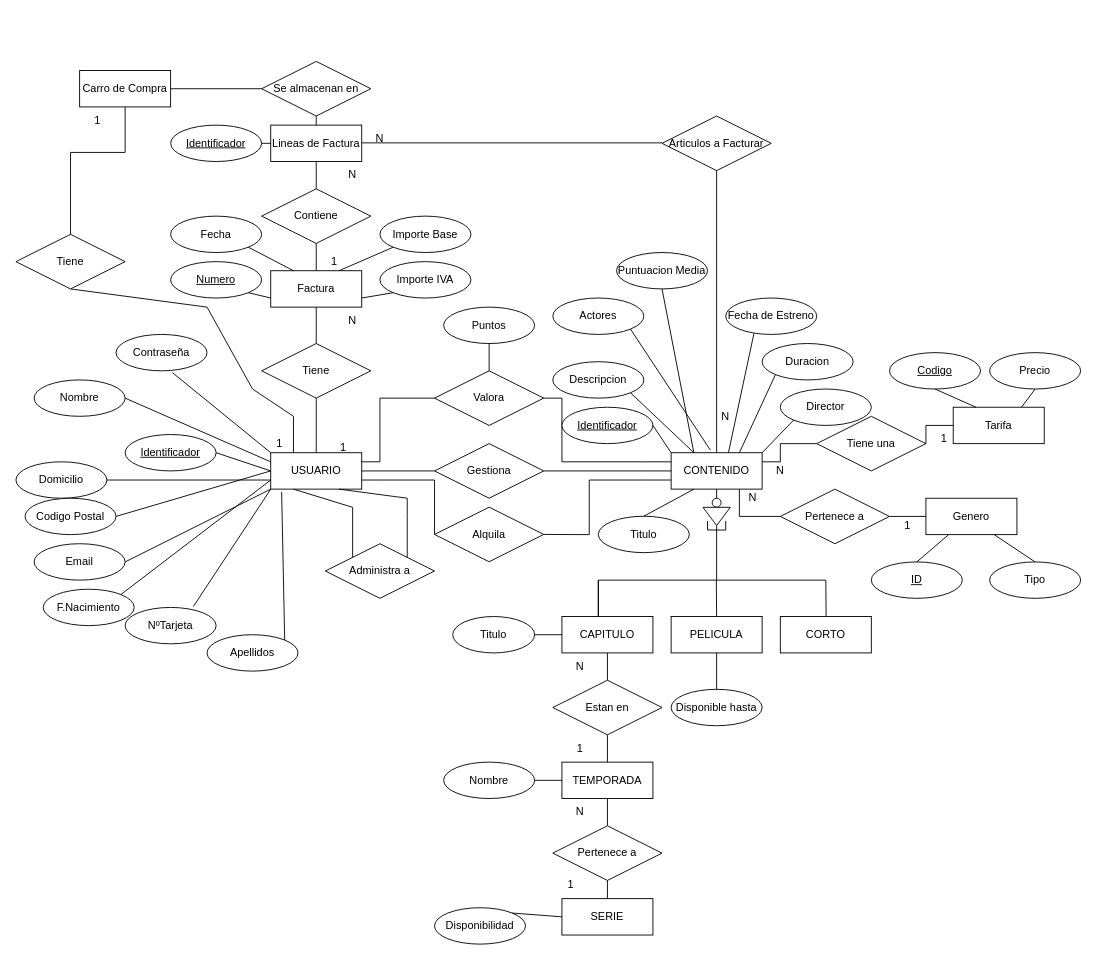
This is DiagramaER_BBDD.drawio from Sciverag/PI1-DAW-DAM-Documentacion, a draw.io file, before an edit. Source tidied: cells renumbered, new cells numbered last; positions are measured from the earlier drawing's top-left corner, leaving out a move shared by most shapes. Both pictures are drawn from the tidied source at 91%, with x=0, y=0 at pixel (15, 61).
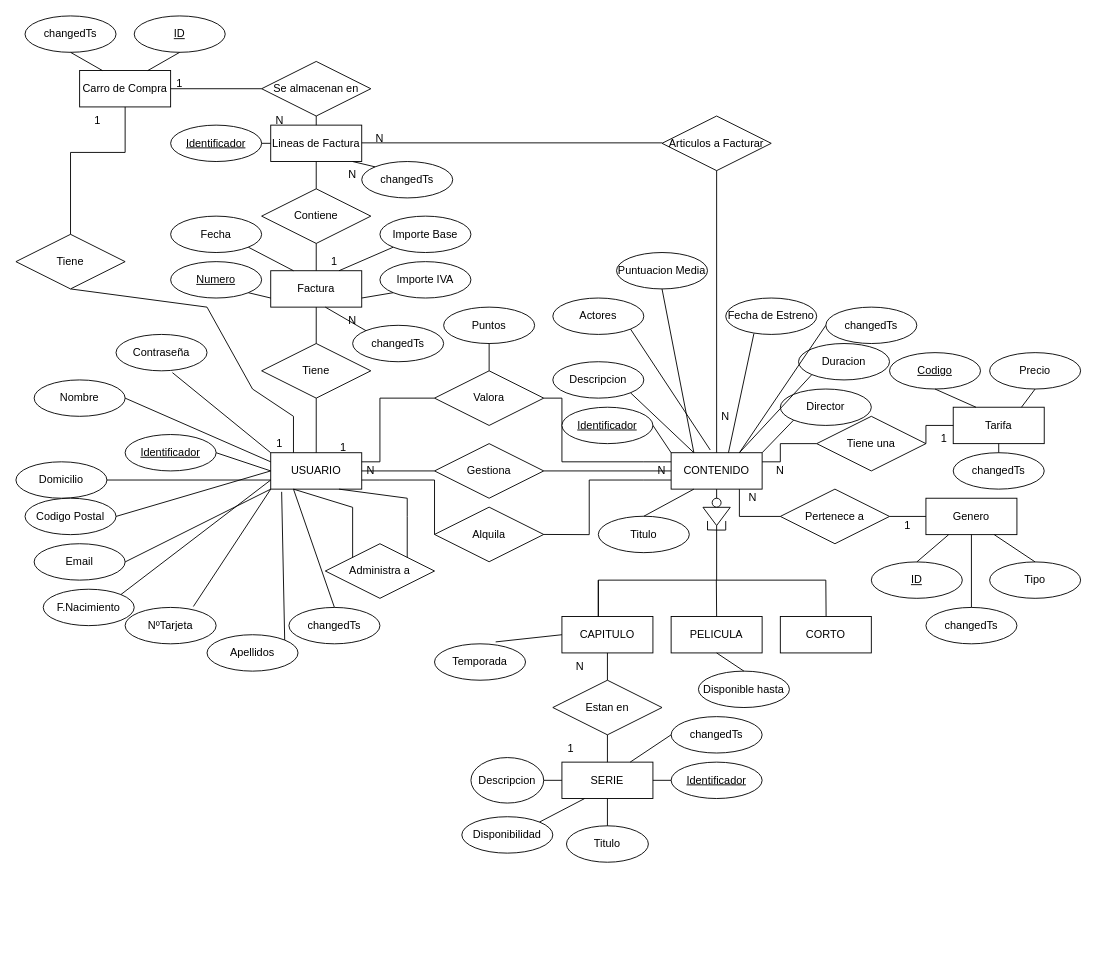
Above is the later version.

The change refers to these unchanged cells:
```xml
<mxCell id="2" value="USUARIO" style="whiteSpace=wrap;html=1;align=center;" parent="1" vertex="1">
  <mxGeometry x="280" y="430" width="100" height="40" as="geometry" />
</mxCell>
<mxCell id="6" value="CONTENIDO" style="whiteSpace=wrap;html=1;align=center;" parent="1" vertex="1">
  <mxGeometry x="720" y="430" width="100" height="40" as="geometry" />
</mxCell>
<mxCell id="19" value="Estan en" style="shape=rhombus;perimeter=rhombusPerimeter;whiteSpace=wrap;html=1;align=center;" parent="1" vertex="1">
  <mxGeometry x="590" y="680" width="120" height="60" as="geometry" />
</mxCell>
<mxCell id="22" value="CAPITULO" style="whiteSpace=wrap;html=1;align=center;" parent="1" vertex="1">
  <mxGeometry x="600" y="610" width="100" height="40" as="geometry" />
</mxCell>
<mxCell id="28" value="Tarifa" style="whiteSpace=wrap;html=1;align=center;" parent="1" vertex="1">
  <mxGeometry x="1030" y="380" width="100" height="40" as="geometry" />
</mxCell>
<mxCell id="29" value="Genero" style="whiteSpace=wrap;html=1;align=center;" parent="1" vertex="1">
  <mxGeometry x="1000" y="480" width="100" height="40" as="geometry" />
</mxCell>
<mxCell id="35" value="Carro de Compra" style="whiteSpace=wrap;html=1;align=center;" parent="1" vertex="1">
  <mxGeometry x="70" y="10" width="100" height="40" as="geometry" />
</mxCell>
<mxCell id="126" value="N" style="text;html=1;align=center;verticalAlign=middle;whiteSpace=wrap;rounded=0;" parent="1" vertex="1">
  <mxGeometry x="340" y="270" width="60" height="30" as="geometry" />
</mxCell>
<mxCell id="127" value="N" style="text;html=1;align=center;verticalAlign=middle;whiteSpace=wrap;rounded=0;" parent="1" vertex="1">
  <mxGeometry x="340" y="110" width="60" height="30" as="geometry" />
</mxCell>
```

Change to the diagram source:
```diff
@@
     <mxCell id="16" value="SERIE" style="whiteSpace=wrap;html=1;align=center;" parent="1" vertex="1">
-      <mxGeometry x="600" y="920" width="100" height="40" as="geometry" />
+      <mxGeometry x="600" y="770" width="100" height="40" as="geometry" />
     </mxCell>
@@
-    <mxCell id="20" value="TEMPORADA" style="whiteSpace=wrap;html=1;align=center;" parent="1" vertex="1">
-      <mxGeometry x="600" y="770" width="100" height="40" as="geometry" />
-    </mxCell>
-    <mxCell id="21" value="Pertenece a" style="shape=rhombus;perimeter=rhombusPerimeter;whiteSpace=wrap;html=1;align=center;" parent="1" vertex="1">
-      <mxGeometry x="590" y="840" width="120" height="60" as="geometry" />
-    </mxCell>
@@
     <mxCell id="89" value="Duracion" style="ellipse;whiteSpace=wrap;html=1;align=center;" parent="1" vertex="1">
-      <mxGeometry x="820" y="310" width="100" height="40" as="geometry" />
+      <mxGeometry x="860" y="310" width="100" height="40" as="geometry" />
     </mxCell>
@@
     <mxCell id="98" value="Disponible hasta" style="ellipse;whiteSpace=wrap;html=1;align=center;" parent="1" vertex="1">
-      <mxGeometry x="720" y="690" width="100" height="40" as="geometry" />
+      <mxGeometry x="750" y="670" width="100" height="40" as="geometry" />
     </mxCell>
@@
     <mxCell id="102" value="Titulo" style="ellipse;whiteSpace=wrap;html=1;align=center;" parent="1" vertex="1">
-      <mxGeometry x="480" y="610" width="90" height="40" as="geometry" />
+      <mxGeometry x="605" y="840" width="90" height="40" as="geometry" />
     </mxCell>
-    <mxCell id="103" value="Nombre" style="ellipse;whiteSpace=wrap;html=1;align=center;" parent="1" vertex="1">
-      <mxGeometry x="470" y="770" width="100" height="40" as="geometry" />
-    </mxCell>
-    <mxCell id="104" style="endArrow=none;html=1;rounded=0;entryX=0;entryY=0.5;entryDx=0;entryDy=0;exitX=1;exitY=0.5;exitDx=0;exitDy=0;" parent="1" edge="1" source="103" target="20">
-      <mxGeometry relative="1" as="geometry" />
-    </mxCell>
-    <mxCell id="105" style="endArrow=none;html=1;rounded=0;entryX=0;entryY=0.5;entryDx=0;entryDy=0;exitX=1;exitY=0.5;exitDx=0;exitDy=0;" parent="1" edge="1" source="102" target="22">
-      <mxGeometry relative="1" as="geometry" />
-    </mxCell>
     <mxCell id="106" value="Disponibilidad" style="ellipse;whiteSpace=wrap;html=1;align=center;" parent="1" vertex="1">
-      <mxGeometry x="460" y="930" width="100" height="40" as="geometry" />
+      <mxGeometry x="490" y="830" width="100" height="40" as="geometry" />
     </mxCell>
-    <mxCell id="107" style="endArrow=none;html=1;rounded=0;exitX=1;exitY=0;exitDx=0;exitDy=0;entryX=0;entryY=0.5;entryDx=0;entryDy=0;" parent="1" edge="1" source="106" target="16">
-      <mxGeometry relative="1" as="geometry" />
-    </mxCell>
@@
-    <mxCell id="110" style="endArrow=none;html=1;rounded=0;exitX=0.5;exitY=0;exitDx=0;exitDy=0;entryX=0.5;entryY=1;entryDx=0;entryDy=0;" parent="1" edge="1" source="20" target="19">
-      <mxGeometry relative="1" as="geometry" />
+    <mxCell id="110" style="endArrow=none;html=1;rounded=0;exitX=0.5;exitY=0;exitDx=0;exitDy=0;entryX=0.5;entryY=1;entryDx=0;entryDy=0;" parent="1" edge="1" target="19">
+      <mxGeometry relative="1" as="geometry">
+        <mxPoint x="650" y="770" as="sourcePoint" />
+      </mxGeometry>
     </mxCell>
-    <mxCell id="111" style="endArrow=none;html=1;rounded=0;exitX=0.5;exitY=1;exitDx=0;exitDy=0;entryX=0.5;entryY=0;entryDx=0;entryDy=0;" parent="1" edge="1" source="20" target="21">
-      <mxGeometry relative="1" as="geometry" />
-    </mxCell>
-    <mxCell id="112" style="endArrow=none;html=1;rounded=0;exitX=0.5;exitY=1;exitDx=0;exitDy=0;entryX=0.5;entryY=0;entryDx=0;entryDy=0;" parent="1" edge="1" source="21" target="16">
-      <mxGeometry relative="1" as="geometry" />
-    </mxCell>
@@
+    <mxCell id="140" value="1" style="text;html=1;align=center;verticalAlign=middle;whiteSpace=wrap;rounded=0;" parent="1" vertex="1">
+      <mxGeometry x="580" y="740" width="60" height="30" as="geometry" />
+    </mxCell>
+    <mxCell id="141" value="Descripcion" style="ellipse;whiteSpace=wrap;html=1;" parent="1" vertex="1">
+      <mxGeometry x="500" y="765" width="80" height="50" as="geometry" />
+    </mxCell>
+    <mxCell id="142" value="Identificador" style="ellipse;whiteSpace=wrap;html=1;align=center;fontStyle=4;" parent="1" vertex="1">
+      <mxGeometry x="720" y="770" width="100" height="40" as="geometry" />
+    </mxCell>
+    <mxCell id="143" style="endArrow=none;html=1;rounded=0;exitX=0.5;exitY=0;exitDx=0;exitDy=0;entryX=0.5;entryY=1;entryDx=0;entryDy=0;" parent="1" edge="1" source="102" target="16">
+      <mxGeometry relative="1" as="geometry" />
+    </mxCell>
+    <mxCell id="144" style="endArrow=none;html=1;rounded=0;exitX=1;exitY=0.5;exitDx=0;exitDy=0;entryX=0;entryY=0.5;entryDx=0;entryDy=0;" parent="1" edge="1" source="141" target="16">
+      <mxGeometry relative="1" as="geometry" />
+    </mxCell>
+    <mxCell id="145" style="endArrow=none;html=1;rounded=0;exitX=1;exitY=0.5;exitDx=0;exitDy=0;entryX=0;entryY=0.5;entryDx=0;entryDy=0;" parent="1" edge="1" source="16" target="142">
+      <mxGeometry relative="1" as="geometry" />
+    </mxCell>
+    <mxCell id="146" value="N" style="text;html=1;align=center;verticalAlign=middle;whiteSpace=wrap;rounded=0;" parent="1" vertex="1">
+      <mxGeometry x="260" y="50" width="60" height="30" as="geometry" />
+    </mxCell>
     <mxCell id="138" value="1" style="text;html=1;align=center;verticalAlign=middle;whiteSpace=wrap;rounded=0;" parent="1" vertex="1">
-      <mxGeometry x="590" y="740" width="60" height="30" as="geometry" />
+      <mxGeometry x="150" y="10" width="60" height="30" as="geometry" />
     </mxCell>
-    <mxCell id="139" value="N" style="text;html=1;align=center;verticalAlign=middle;whiteSpace=wrap;rounded=0;" parent="1" vertex="1">
-      <mxGeometry x="590" y="810" width="60" height="30" as="geometry" />
-    </mxCell>
-    <mxCell id="140" value="1" style="text;html=1;align=center;verticalAlign=middle;whiteSpace=wrap;rounded=0;" parent="1" vertex="1">
-      <mxGeometry x="580" y="890" width="60" height="30" as="geometry" />
-    </mxCell>
+    <mxCell id="147" value="changedTs" style="ellipse;whiteSpace=wrap;html=1;align=center;" parent="1" vertex="1">
+      <mxGeometry x="300" y="600" width="100" height="40" as="geometry" />
+    </mxCell>
+    <mxCell id="148" value="changedTs" style="ellipse;whiteSpace=wrap;html=1;align=center;" parent="1" vertex="1">
+      <mxGeometry x="370" y="290" width="100" height="40" as="geometry" />
+    </mxCell>
+    <mxCell id="149" value="changedTs" style="ellipse;whiteSpace=wrap;html=1;align=center;" parent="1" vertex="1">
+      <mxGeometry x="10" y="-50" width="100" height="40" as="geometry" />
+    </mxCell>
+    <mxCell id="150" value="changedTs" style="ellipse;whiteSpace=wrap;html=1;align=center;" parent="1" vertex="1">
+      <mxGeometry x="890" y="270" width="100" height="40" as="geometry" />
+    </mxCell>
+    <mxCell id="151" value="changedTs" style="ellipse;whiteSpace=wrap;html=1;align=center;" parent="1" vertex="1">
+      <mxGeometry x="1030" y="430" width="100" height="40" as="geometry" />
+    </mxCell>
+    <mxCell id="152" value="changedTs" style="ellipse;whiteSpace=wrap;html=1;align=center;" parent="1" vertex="1">
+      <mxGeometry x="1000" y="600" width="100" height="40" as="geometry" />
+    </mxCell>
+    <mxCell id="153" value="changedTs" style="ellipse;whiteSpace=wrap;html=1;align=center;" parent="1" vertex="1">
+      <mxGeometry x="720" y="720" width="100" height="40" as="geometry" />
+    </mxCell>
+    <mxCell id="154" value="changedTs" style="ellipse;whiteSpace=wrap;html=1;align=center;" parent="1" vertex="1">
+      <mxGeometry x="380" y="110" width="100" height="40" as="geometry" />
+    </mxCell>
+    <mxCell id="155" style="endArrow=none;html=1;rounded=0;entryX=0;entryY=0;entryDx=0;entryDy=0;exitX=0.5;exitY=0;exitDx=0;exitDy=0;" parent="1" edge="1" source="127" target="154">
+      <mxGeometry relative="1" as="geometry" />
+    </mxCell>
+    <mxCell id="156" style="endArrow=none;html=1;rounded=0;exitX=0.5;exitY=1;exitDx=0;exitDy=0;entryX=0.25;entryY=0;entryDx=0;entryDy=0;" parent="1" edge="1" source="149" target="35">
+      <mxGeometry relative="1" as="geometry" />
+    </mxCell>
+    <mxCell id="157" style="endArrow=none;html=1;rounded=0;exitX=0.5;exitY=0;exitDx=0;exitDy=0;entryX=0.25;entryY=1;entryDx=0;entryDy=0;" parent="1" edge="1" source="147" target="2">
+      <mxGeometry relative="1" as="geometry" />
+    </mxCell>
+    <mxCell id="158" style="endArrow=none;html=1;rounded=0;exitX=0.75;exitY=0;exitDx=0;exitDy=0;entryX=0;entryY=0.5;entryDx=0;entryDy=0;" parent="1" edge="1" source="16" target="153">
+      <mxGeometry relative="1" as="geometry" />
+    </mxCell>
+    <mxCell id="159" style="endArrow=none;html=1;rounded=0;exitX=0.5;exitY=0;exitDx=0;exitDy=0;entryX=0.5;entryY=1;entryDx=0;entryDy=0;" parent="1" edge="1" source="152" target="29">
+      <mxGeometry relative="1" as="geometry" />
+    </mxCell>
+    <mxCell id="160" style="endArrow=none;html=1;rounded=0;exitX=0.5;exitY=0;exitDx=0;exitDy=0;entryX=0.5;entryY=1;entryDx=0;entryDy=0;" parent="1" edge="1" source="151" target="28">
+      <mxGeometry relative="1" as="geometry" />
+    </mxCell>
+    <mxCell id="161" style="endArrow=none;html=1;rounded=0;exitX=0;exitY=0.5;exitDx=0;exitDy=0;entryX=0.75;entryY=0;entryDx=0;entryDy=0;" parent="1" edge="1" source="150" target="6">
+      <mxGeometry relative="1" as="geometry" />
+    </mxCell>
+    <mxCell id="162" style="endArrow=none;html=1;rounded=0;exitX=0;exitY=0;exitDx=0;exitDy=0;entryX=0;entryY=0;entryDx=0;entryDy=0;" parent="1" edge="1" source="148" target="126">
+      <mxGeometry relative="1" as="geometry" />
+    </mxCell>
+    <mxCell id="163" value="N" style="text;html=1;align=center;verticalAlign=middle;whiteSpace=wrap;rounded=0;" parent="1" vertex="1">
+      <mxGeometry x="360" y="435" width="60" height="30" as="geometry" />
+    </mxCell>
+    <mxCell id="164" value="N" style="text;html=1;align=center;verticalAlign=middle;whiteSpace=wrap;rounded=0;" parent="1" vertex="1">
+      <mxGeometry x="680" y="435" width="60" height="30" as="geometry" />
+    </mxCell>
+    <mxCell id="165" value="ID" style="ellipse;whiteSpace=wrap;html=1;align=center;fontStyle=4;" parent="1" vertex="1">
+      <mxGeometry x="130" y="-50" width="100" height="40" as="geometry" />
+    </mxCell>
+    <mxCell id="166" style="endArrow=none;html=1;rounded=0;exitX=0.75;exitY=0;exitDx=0;exitDy=0;entryX=0.5;entryY=1;entryDx=0;entryDy=0;" parent="1" edge="1" source="35" target="165">
+      <mxGeometry relative="1" as="geometry" />
+    </mxCell>
+    <mxCell id="167" value="Temporada" style="ellipse;whiteSpace=wrap;html=1;align=center;" parent="1" vertex="1">
+      <mxGeometry x="460" y="640" width="100" height="40" as="geometry" />
+    </mxCell>
+    <mxCell id="168" style="endArrow=none;html=1;rounded=0;exitX=0.672;exitY=-0.053;exitDx=0;exitDy=0;exitPerimeter=0;entryX=0;entryY=0.5;entryDx=0;entryDy=0;" parent="1" edge="1" source="167" target="22">
+      <mxGeometry relative="1" as="geometry" />
+    </mxCell>
+    <mxCell id="107" style="endArrow=none;html=1;rounded=0;exitX=1;exitY=0;exitDx=0;exitDy=0;entryX=0.25;entryY=1;entryDx=0;entryDy=0;" parent="1" edge="1" source="106" target="16">
+      <mxGeometry relative="1" as="geometry" />
+    </mxCell>
```
